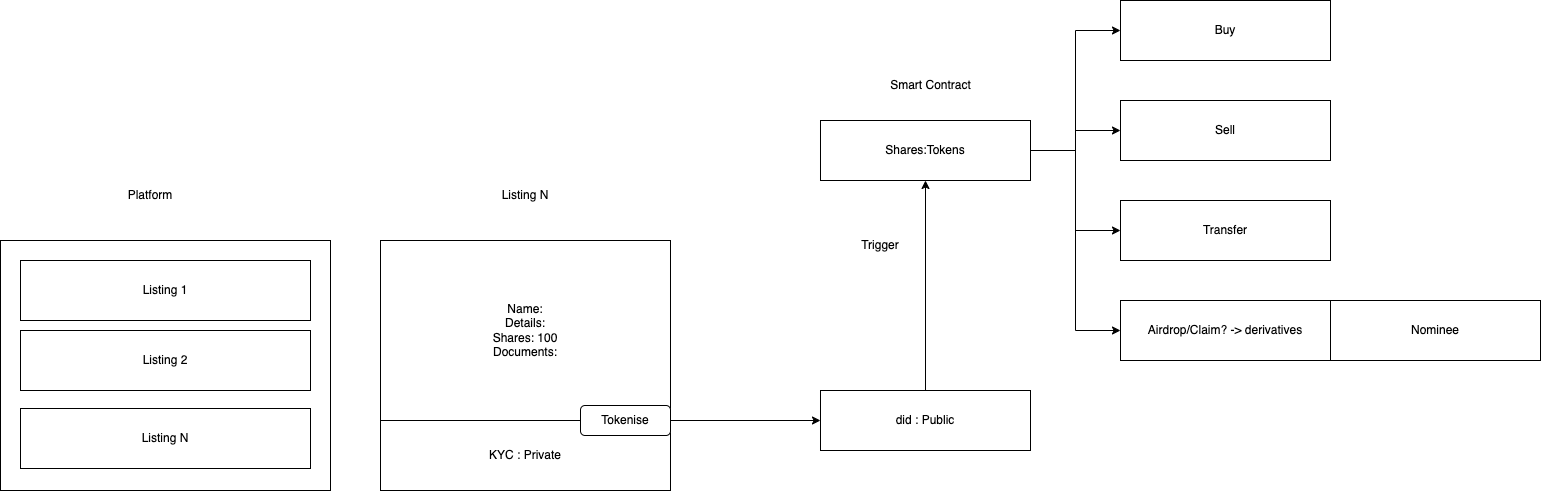
PriyathamVarma/chainvest keeps this draw.io diagram as chainvest.drawio.png. Above is the earlier version. Source tidied: cells renumbered, new cells last; positions are measured from the earlier drawing's top-left corner, leaving out a move shared by most shapes.
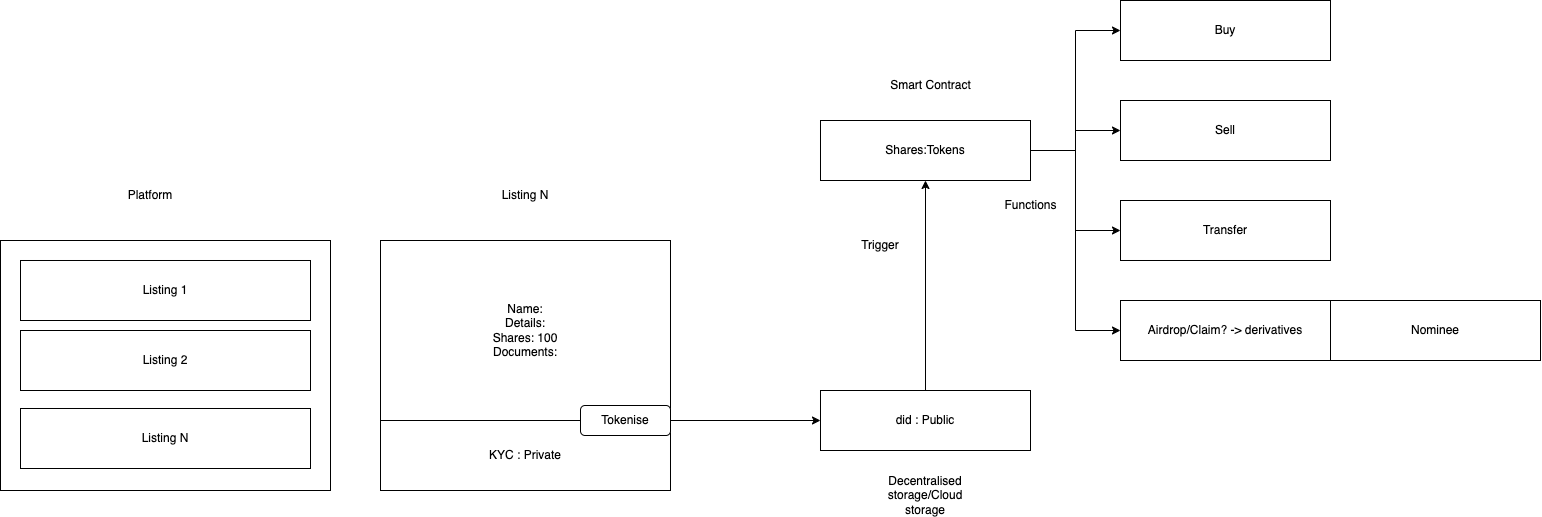
Above is the later version.

The edit, as a diff of the source:
```diff
@@ -77,5 +77,11 @@
     <mxCell id="26" value="Listing N" style="text;html=1;align=center;verticalAlign=middle;whiteSpace=wrap;rounded=0;" parent="1" vertex="1">
       <mxGeometry x="495" y="180" width="60" height="30" as="geometry" />
     </mxCell>
+    <mxCell id="27" value="Decentralised storage/Cloud storage" style="text;html=1;align=center;verticalAlign=middle;whiteSpace=wrap;rounded=0;" parent="1" vertex="1">
+      <mxGeometry x="895" y="480" width="60" height="30" as="geometry" />
+    </mxCell>
+    <mxCell id="28" value="Functions" style="text;html=1;align=center;verticalAlign=middle;strokeColor=none;fillColor=none;" parent="1" vertex="1">
+      <mxGeometry x="990" y="190" width="80" height="30" as="geometry" />
+    </mxCell>
   </root>
 </mxGraphModel>
```
